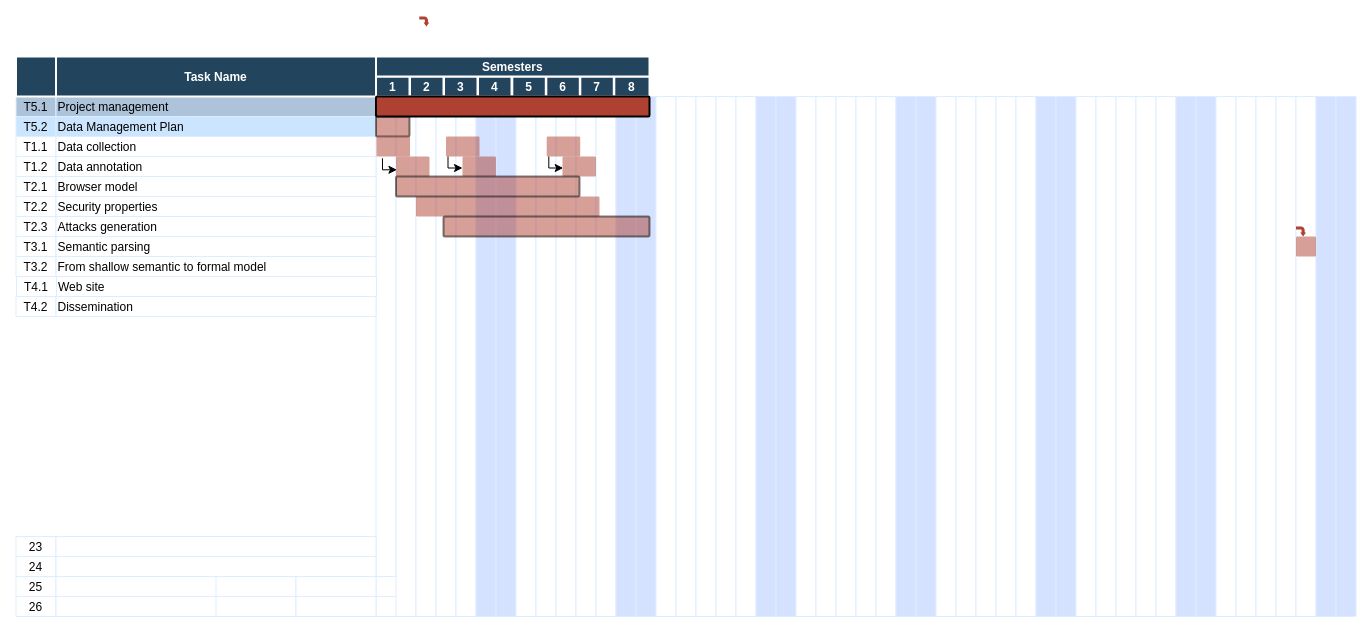
Before: gantANRBMBF.drawio in cerisara/draws, a draw.io diagram. Source tidied: cells renumbered, new cells numbered last; positions are measured from the earlier drawing's top-left corner, leaving out a move shared by most shapes. Both pictures are drawn from the tidied source at 100%, with x=0, y=0 at pixel (15, 16).
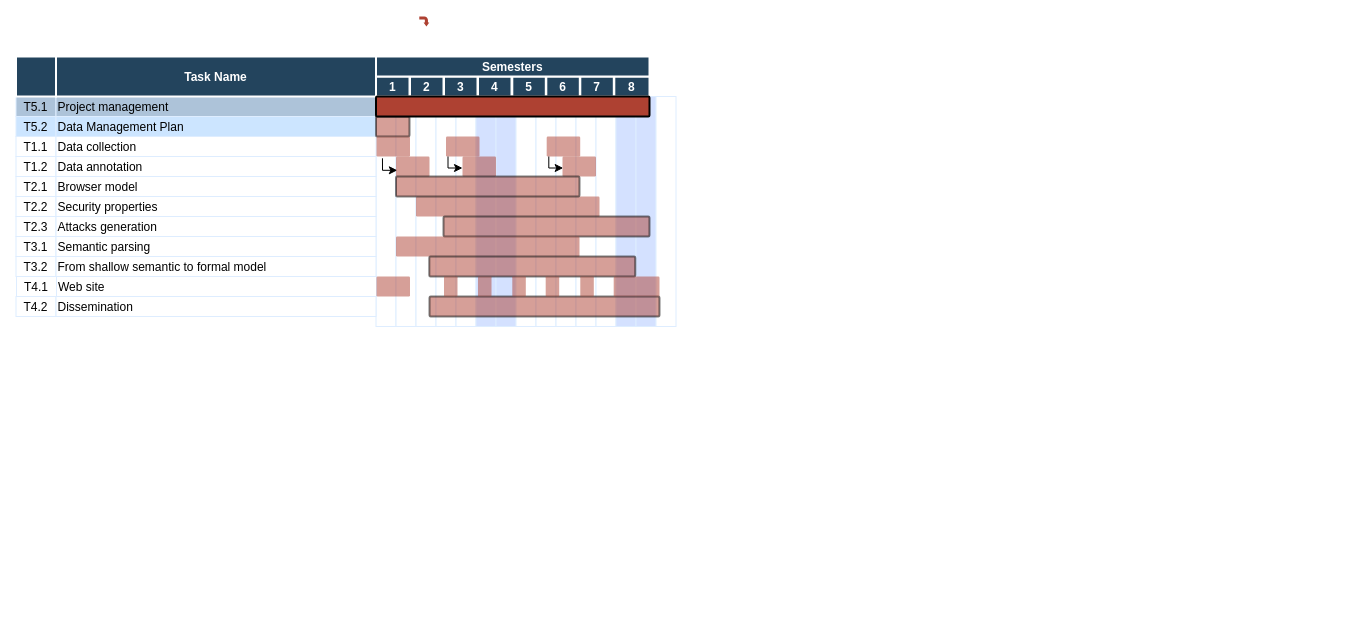
The same diagram, later.

The change refers to these unchanged cells:
```xml
<mxCell id="94" style="shape=mxgraph.flowchart.process;fillColor=#AE4132;strokeColor=none;strokeWidth=2;opacity=50;" parent="1" vertex="1">
  <mxGeometry x="361" y="120" width="33.5" height="20" as="geometry" />
</mxCell>
<mxCell id="101" style="shape=mxgraph.flowchart.process;fillColor=#AE4132;strokeColor=none;strokeWidth=2;opacity=50;" parent="1" vertex="1">
  <mxGeometry x="380.5" y="140" width="33.5" height="20" as="geometry" />
</mxCell>
```

The edit, as a diff of the source:
```diff
@@
     <mxCell id="12" style="strokeColor=#DEEDFF;" parent="1" vertex="1">
-      <mxGeometry x="360.5" y="80" width="20" height="520" as="geometry" />
+      <mxGeometry x="360.5" y="80" width="20" height="230" as="geometry" />
     </mxCell>
@@
-    <mxCell id="27" value="23" style="strokeColor=#DEEDFF;" parent="1" vertex="1">
-      <mxGeometry x="0.5" y="520" width="40" height="20" as="geometry" />
-    </mxCell>
-    <mxCell id="28" style="align=left;strokeColor=#DEEDFF;" parent="1" vertex="1">
-      <mxGeometry x="40.5" y="520" width="320" height="20" as="geometry" />
-    </mxCell>
-    <mxCell id="29" value="24" style="strokeColor=#DEEDFF;" parent="1" vertex="1">
-      <mxGeometry x="0.5" y="540" width="40" height="20" as="geometry" />
-    </mxCell>
-    <mxCell id="30" style="align=left;strokeColor=#DEEDFF;" parent="1" vertex="1">
-      <mxGeometry x="40.5" y="540" width="320" height="20" as="geometry" />
-    </mxCell>
-    <mxCell id="31" value="25" style="strokeColor=#DEEDFF;" parent="1" vertex="1">
-      <mxGeometry x="0.5" y="560" width="40" height="20" as="geometry" />
-    </mxCell>
-    <mxCell id="32" style="align=left;strokeColor=#DEEDFF;" parent="1" vertex="1">
-      <mxGeometry x="40.5" y="560" width="320" height="20" as="geometry" />
-    </mxCell>
-    <mxCell id="33" style="strokeColor=#DEEDFF;" parent="1" vertex="1">
-      <mxGeometry x="360.5" y="560" width="80" height="20" as="geometry" />
-    </mxCell>
-    <mxCell id="34" style="strokeColor=#DEEDFF;" parent="1" vertex="1">
-      <mxGeometry x="200.5" y="560" width="80" height="20" as="geometry" />
-    </mxCell>
-    <mxCell id="35" style="strokeColor=#DEEDFF;" parent="1" vertex="1">
-      <mxGeometry x="280.5" y="560" width="80" height="20" as="geometry" />
-    </mxCell>
-    <mxCell id="36" value="26" style="strokeColor=#DEEDFF;" parent="1" vertex="1">
-      <mxGeometry x="0.5" y="580" width="40" height="20" as="geometry" />
-    </mxCell>
-    <mxCell id="37" style="align=left;strokeColor=#DEEDFF;" parent="1" vertex="1">
-      <mxGeometry x="40.5" y="580" width="320" height="20" as="geometry" />
-    </mxCell>
-    <mxCell id="38" style="strokeColor=#DEEDFF;" parent="1" vertex="1">
-      <mxGeometry x="360.5" y="580" width="80" height="20" as="geometry" />
-    </mxCell>
-    <mxCell id="39" style="strokeColor=#DEEDFF;" parent="1" vertex="1">
-      <mxGeometry x="200.5" y="580" width="80" height="20" as="geometry" />
-    </mxCell>
-    <mxCell id="40" style="strokeColor=#DEEDFF;" parent="1" vertex="1">
-      <mxGeometry x="280.5" y="580" width="80" height="20" as="geometry" />
-    </mxCell>
     <mxCell id="41" style="strokeColor=#DEEDFF;" parent="1" vertex="1">
-      <mxGeometry x="380.5" y="80" width="20" height="520" as="geometry" />
+      <mxGeometry x="380.5" y="80" width="20" height="230" as="geometry" />
     </mxCell>
     <mxCell id="42" style="strokeColor=#DEEDFF;" parent="1" vertex="1">
-      <mxGeometry x="400.5" y="80" width="20" height="520" as="geometry" />
+      <mxGeometry x="400.5" y="80" width="20" height="230" as="geometry" />
     </mxCell>
     <mxCell id="43" style="strokeColor=#DEEDFF;" parent="1" vertex="1">
-      <mxGeometry x="420.5" y="80" width="20" height="520" as="geometry" />
+      <mxGeometry x="420.5" y="80" width="20" height="230" as="geometry" />
     </mxCell>
     <mxCell id="44" style="strokeColor=#DEEDFF;" parent="1" vertex="1">
-      <mxGeometry x="440.5" y="80" width="20" height="520" as="geometry" />
+      <mxGeometry x="440.5" y="80" width="20" height="230" as="geometry" />
     </mxCell>
     <mxCell id="45" style="strokeColor=#DEEDFF;fillColor=#D4E1FF;" parent="1" vertex="1">
-      <mxGeometry x="460.5" y="80" width="20" height="520" as="geometry" />
+      <mxGeometry x="460.5" y="80" width="20" height="230" as="geometry" />
     </mxCell>
     <mxCell id="46" style="strokeColor=#DEEDFF;fillColor=#D4E1FF;" parent="1" vertex="1">
-      <mxGeometry x="480.5" y="80" width="20" height="520" as="geometry" />
+      <mxGeometry x="480.5" y="80" width="20" height="230" as="geometry" />
     </mxCell>
     <mxCell id="47" style="strokeColor=#DEEDFF;" parent="1" vertex="1">
-      <mxGeometry x="500.5" y="80" width="20" height="520" as="geometry" />
+      <mxGeometry x="500.5" y="80" width="20" height="230" as="geometry" />
     </mxCell>
     <mxCell id="48" style="strokeColor=#DEEDFF;" parent="1" vertex="1">
-      <mxGeometry x="520.5" y="80" width="20" height="520" as="geometry" />
+      <mxGeometry x="520.5" y="80" width="20" height="230" as="geometry" />
     </mxCell>
     <mxCell id="49" style="strokeColor=#DEEDFF;" parent="1" vertex="1">
-      <mxGeometry x="540.5" y="80" width="20" height="520" as="geometry" />
+      <mxGeometry x="540.5" y="80" width="20" height="230" as="geometry" />
     </mxCell>
     <mxCell id="50" style="strokeColor=#DEEDFF;" parent="1" vertex="1">
-      <mxGeometry x="560.5" y="80" width="20" height="520" as="geometry" />
+      <mxGeometry x="560.5" y="80" width="20" height="230" as="geometry" />
     </mxCell>
     <mxCell id="51" style="strokeColor=#DEEDFF;" parent="1" vertex="1">
-      <mxGeometry x="580.5" y="80" width="20" height="520" as="geometry" />
+      <mxGeometry x="580.5" y="80" width="20" height="230" as="geometry" />
     </mxCell>
     <mxCell id="52" style="strokeColor=#DEEDFF;fillColor=#D4E1FF;" parent="1" vertex="1">
-      <mxGeometry x="600.5" y="80" width="20" height="520" as="geometry" />
+      <mxGeometry x="600.5" y="80" width="20" height="230" as="geometry" />
     </mxCell>
     <mxCell id="53" style="strokeColor=#DEEDFF;fillColor=#D4E1FF;" parent="1" vertex="1">
-      <mxGeometry x="620.5" y="80" width="20" height="520" as="geometry" />
+      <mxGeometry x="620.5" y="80" width="20" height="230" as="geometry" />
     </mxCell>
     <mxCell id="54" style="strokeColor=#DEEDFF;" parent="1" vertex="1">
-      <mxGeometry x="640.5" y="80" width="20" height="520" as="geometry" />
+      <mxGeometry x="640.5" y="80" width="20" height="230" as="geometry" />
     </mxCell>
-    <mxCell id="55" style="strokeColor=#DEEDFF;" parent="1" vertex="1">
-      <mxGeometry x="660.5" y="80" width="20" height="520" as="geometry" />
-    </mxCell>
-    <mxCell id="56" style="strokeColor=#DEEDFF;" parent="1" vertex="1">
-      <mxGeometry x="680.5" y="80" width="20" height="520" as="geometry" />
-    </mxCell>
-    <mxCell id="57" style="strokeColor=#DEEDFF;" parent="1" vertex="1">
-      <mxGeometry x="700.5" y="80" width="20" height="520" as="geometry" />
-    </mxCell>
-    <mxCell id="58" style="strokeColor=#DEEDFF;" parent="1" vertex="1">
-      <mxGeometry x="720.5" y="80" width="20" height="520" as="geometry" />
-    </mxCell>
-    <mxCell id="59" style="strokeColor=#DEEDFF;fillColor=#D4E1FF;" parent="1" vertex="1">
-      <mxGeometry x="740.5" y="80" width="20" height="520" as="geometry" />
-    </mxCell>
-    <mxCell id="60" style="strokeColor=#DEEDFF;fillColor=#D4E1FF;" parent="1" vertex="1">
-      <mxGeometry x="760.5" y="80" width="20" height="520" as="geometry" />
-    </mxCell>
-    <mxCell id="61" style="strokeColor=#DEEDFF;" parent="1" vertex="1">
-      <mxGeometry x="780.5" y="80" width="20" height="520" as="geometry" />
-    </mxCell>
-    <mxCell id="62" style="strokeColor=#DEEDFF;" parent="1" vertex="1">
-      <mxGeometry x="800.5" y="80" width="20" height="520" as="geometry" />
-    </mxCell>
-    <mxCell id="63" style="strokeColor=#DEEDFF;" parent="1" vertex="1">
-      <mxGeometry x="820.5" y="80" width="20" height="520" as="geometry" />
-    </mxCell>
-    <mxCell id="64" style="strokeColor=#DEEDFF;" parent="1" vertex="1">
-      <mxGeometry x="840.5" y="80" width="20" height="520" as="geometry" />
-    </mxCell>
-    <mxCell id="65" style="strokeColor=#DEEDFF;" parent="1" vertex="1">
-      <mxGeometry x="860.5" y="80" width="20" height="520" as="geometry" />
-    </mxCell>
-    <mxCell id="66" style="strokeColor=#DEEDFF;fillColor=#D4E1FF;" parent="1" vertex="1">
-      <mxGeometry x="880.5" y="80" width="20" height="520" as="geometry" />
-    </mxCell>
-    <mxCell id="67" style="strokeColor=#DEEDFF;fillColor=#D4E1FF;" parent="1" vertex="1">
-      <mxGeometry x="900.5" y="80" width="20" height="520" as="geometry" />
-    </mxCell>
-    <mxCell id="68" style="strokeColor=#DEEDFF;" parent="1" vertex="1">
-      <mxGeometry x="920.5" y="80" width="20" height="520" as="geometry" />
-    </mxCell>
-    <mxCell id="69" style="strokeColor=#DEEDFF;" parent="1" vertex="1">
-      <mxGeometry x="940.5" y="80" width="20" height="520" as="geometry" />
-    </mxCell>
-    <mxCell id="70" style="strokeColor=#DEEDFF;" parent="1" vertex="1">
-      <mxGeometry x="960.5" y="80" width="20" height="520" as="geometry" />
-    </mxCell>
-    <mxCell id="71" style="strokeColor=#DEEDFF;" parent="1" vertex="1">
-      <mxGeometry x="980.5" y="80" width="20" height="520" as="geometry" />
-    </mxCell>
-    <mxCell id="72" style="strokeColor=#DEEDFF;" parent="1" vertex="1">
-      <mxGeometry x="1000.5" y="80" width="20" height="520" as="geometry" />
-    </mxCell>
-    <mxCell id="73" style="strokeColor=#DEEDFF;fillColor=#D4E1FF;" parent="1" vertex="1">
-      <mxGeometry x="1020.5" y="80" width="20" height="520" as="geometry" />
-    </mxCell>
-    <mxCell id="74" style="strokeColor=#DEEDFF;fillColor=#D4E1FF;" parent="1" vertex="1">
-      <mxGeometry x="1040.5" y="80" width="20" height="520" as="geometry" />
-    </mxCell>
-    <mxCell id="75" style="strokeColor=#DEEDFF;" parent="1" vertex="1">
-      <mxGeometry x="1060.5" y="80" width="20" height="520" as="geometry" />
-    </mxCell>
-    <mxCell id="76" style="strokeColor=#DEEDFF;" parent="1" vertex="1">
-      <mxGeometry x="1080.5" y="80" width="20" height="520" as="geometry" />
-    </mxCell>
-    <mxCell id="77" style="strokeColor=#DEEDFF;" parent="1" vertex="1">
-      <mxGeometry x="1100.5" y="80" width="20" height="520" as="geometry" />
-    </mxCell>
-    <mxCell id="78" style="strokeColor=#DEEDFF;" parent="1" vertex="1">
-      <mxGeometry x="1120.5" y="80" width="20" height="520" as="geometry" />
-    </mxCell>
-    <mxCell id="79" style="strokeColor=#DEEDFF;" parent="1" vertex="1">
-      <mxGeometry x="1140.5" y="80" width="20" height="520" as="geometry" />
-    </mxCell>
-    <mxCell id="80" style="strokeColor=#DEEDFF;fillColor=#D4E1FF;" parent="1" vertex="1">
-      <mxGeometry x="1160.5" y="80" width="20" height="520" as="geometry" />
-    </mxCell>
-    <mxCell id="81" style="strokeColor=#DEEDFF;fillColor=#D4E1FF;" parent="1" vertex="1">
-      <mxGeometry x="1180.5" y="80" width="20" height="520" as="geometry" />
-    </mxCell>
-    <mxCell id="82" style="strokeColor=#DEEDFF;" parent="1" vertex="1">
-      <mxGeometry x="1200.5" y="80" width="20" height="520" as="geometry" />
-    </mxCell>
-    <mxCell id="83" style="strokeColor=#DEEDFF;" parent="1" vertex="1">
-      <mxGeometry x="1220.5" y="80" width="20" height="520" as="geometry" />
-    </mxCell>
-    <mxCell id="84" style="strokeColor=#DEEDFF;" parent="1" vertex="1">
-      <mxGeometry x="1240.5" y="80" width="20" height="520" as="geometry" />
-    </mxCell>
-    <mxCell id="85" style="strokeColor=#DEEDFF;" parent="1" vertex="1">
-      <mxGeometry x="1260.5" y="80" width="20" height="520" as="geometry" />
-    </mxCell>
-    <mxCell id="86" style="strokeColor=#DEEDFF;" parent="1" vertex="1">
-      <mxGeometry x="1280.5" y="80" width="20" height="520" as="geometry" />
-    </mxCell>
-    <mxCell id="87" style="strokeColor=#DEEDFF;fillColor=#D4E1FF;" parent="1" vertex="1">
-      <mxGeometry x="1300.5" y="80" width="20" height="520" as="geometry" />
-    </mxCell>
-    <mxCell id="88" style="strokeColor=#DEEDFF;fillColor=#D4E1FF;" parent="1" vertex="1">
-      <mxGeometry x="1320.5" y="80" width="20" height="520" as="geometry" />
-    </mxCell>
@@
-    <mxCell id="93" style="edgeStyle=orthogonalEdgeStyle;rounded=0;jettySize=auto;html=1;entryX=1.047;entryY=0.141;entryDx=0;entryDy=0;entryPerimeter=0;exitX=0.178;exitY=1.09;exitDx=0;exitDy=0;exitPerimeter=0;" parent="1" edge="1" source="94" target="12">
+    <mxCell id="93" style="edgeStyle=orthogonalEdgeStyle;rounded=0;jettySize=auto;html=1;entryX=0.04;entryY=0.69;entryDx=0;entryDy=0;entryPerimeter=0;exitX=0.178;exitY=1.09;exitDx=0;exitDy=0;exitPerimeter=0;" parent="1" edge="1" source="94" target="101">
       <mxGeometry relative="1" as="geometry">
         <Array as="points">
-          <mxPoint x="367" y="153" />
+          <mxPoint x="367" y="154" />
         </Array>
       </mxGeometry>
     </mxCell>
@@
-    <mxCell id="95" style="shape=mxgraph.flowchart.process;fillColor=#AE4132;strokeColor=none;strokeWidth=2;opacity=50;" parent="1" vertex="1">
-      <mxGeometry x="1280.5" y="220" width="20" height="20" as="geometry" />
-    </mxCell>
@@
-    <mxCell id="97" style="shape=mxgraph.arrows.bent_right_arrow;fillColor=#AE4132;strokeColor=none;strokeWidth=2;direction=south;" parent="1" vertex="1">
-      <mxGeometry x="1280.5" y="210" width="10" height="10" as="geometry" />
-    </mxCell>
@@
+    <mxCell id="115" style="shape=mxgraph.flowchart.process;fillColor=#AE4132;strokeColor=none;strokeWidth=2;opacity=50;" parent="1" vertex="1">
+      <mxGeometry x="380.5" y="220" width="183.5" height="20" as="geometry" />
+    </mxCell>
+    <mxCell id="116" style="shape=mxgraph.flowchart.process;fillColor=#AE4132;strokeColor=#000000;strokeWidth=2;opacity=50;" parent="1" vertex="1">
+      <mxGeometry x="413.8" y="240" width="206" height="20" as="geometry" />
+    </mxCell>
+    <mxCell id="117" style="shape=mxgraph.flowchart.process;fillColor=#AE4132;strokeColor=none;strokeWidth=2;opacity=50;" parent="1" vertex="1">
+      <mxGeometry x="361" y="260" width="33.5" height="20" as="geometry" />
+    </mxCell>
+    <mxCell id="118" style="shape=mxgraph.flowchart.process;fillColor=#AE4132;strokeColor=#000000;strokeWidth=2;opacity=50;" parent="1" vertex="1">
+      <mxGeometry x="414" y="280" width="230" height="20" as="geometry" />
+    </mxCell>
+    <mxCell id="119" style="shape=mxgraph.flowchart.process;fillColor=#AE4132;strokeColor=none;strokeWidth=2;opacity=50;" parent="1" vertex="1">
+      <mxGeometry x="428.5" y="260" width="13.5" height="20" as="geometry" />
+    </mxCell>
+    <mxCell id="120" style="shape=mxgraph.flowchart.process;fillColor=#AE4132;strokeColor=none;strokeWidth=2;opacity=50;" parent="1" vertex="1">
+      <mxGeometry x="462.5" y="260" width="13.5" height="20" as="geometry" />
+    </mxCell>
+    <mxCell id="121" style="shape=mxgraph.flowchart.process;fillColor=#AE4132;strokeColor=none;strokeWidth=2;opacity=50;" parent="1" vertex="1">
+      <mxGeometry x="496.8" y="260" width="13.5" height="20" as="geometry" />
+    </mxCell>
+    <mxCell id="122" style="shape=mxgraph.flowchart.process;fillColor=#AE4132;strokeColor=none;strokeWidth=2;opacity=50;" parent="1" vertex="1">
+      <mxGeometry x="530.2" y="260" width="13.5" height="20" as="geometry" />
+    </mxCell>
+    <mxCell id="123" style="shape=mxgraph.flowchart.process;fillColor=#AE4132;strokeColor=none;strokeWidth=2;opacity=50;" parent="1" vertex="1">
+      <mxGeometry x="564.8" y="260" width="13.5" height="20" as="geometry" />
+    </mxCell>
+    <mxCell id="124" style="shape=mxgraph.flowchart.process;fillColor=#AE4132;strokeColor=none;strokeWidth=2;opacity=50;" parent="1" vertex="1">
+      <mxGeometry x="598.2" y="260" width="45.8" height="20" as="geometry" />
+    </mxCell>
```
